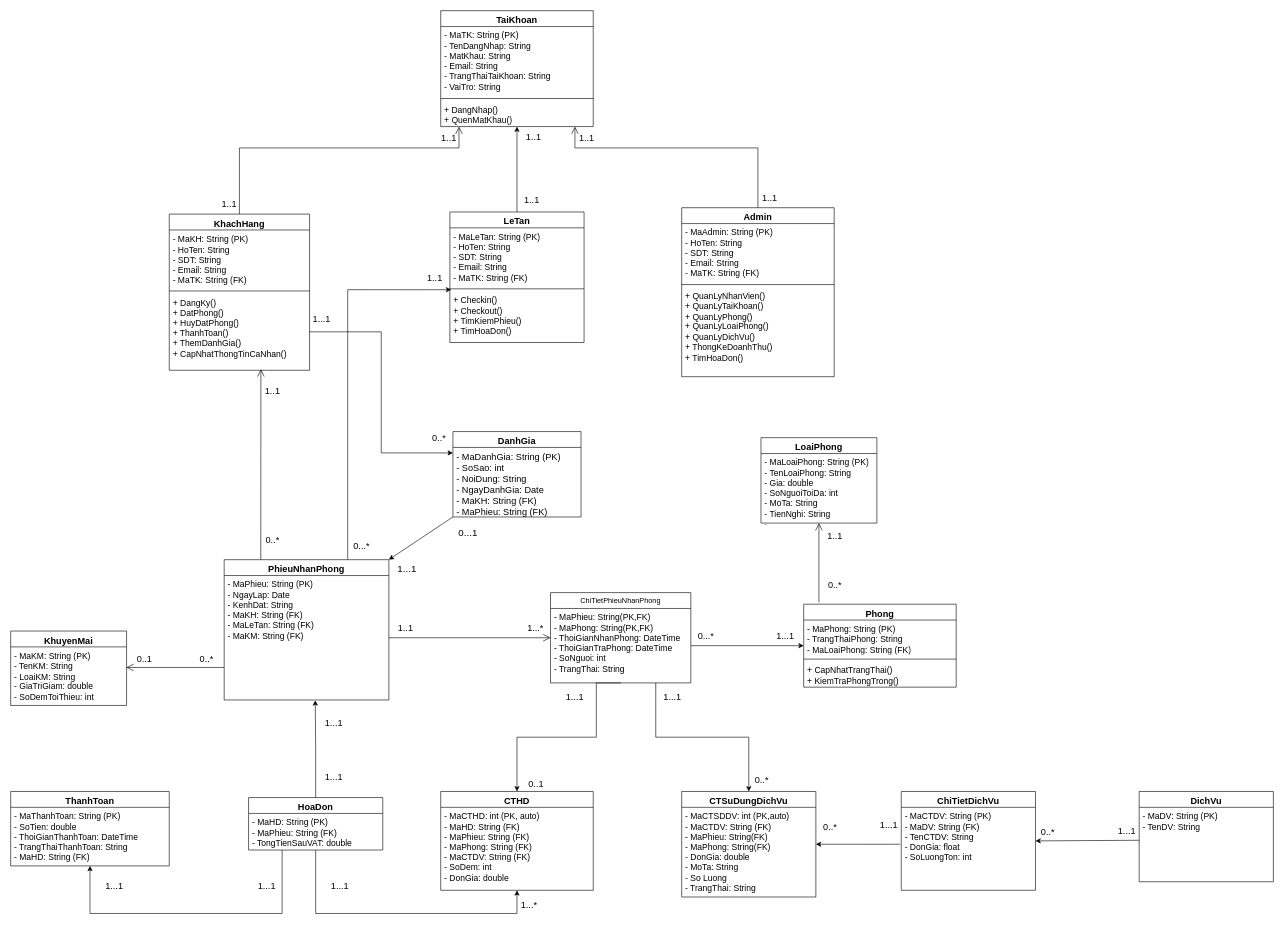
Earlier version of the draw.io diagram Sơ đồ/Sơ đồ lớp.drawio (dangluongtheanh-max/Hotel-Web). Source tidied: cells renumbered, new cells numbered last; positions are measured from the earlier drawing's top-left corner, leaving out a move shared by most shapes. Both pictures are drawn from the tidied source at 61%, with x=0, y=0 at pixel (10, 10).
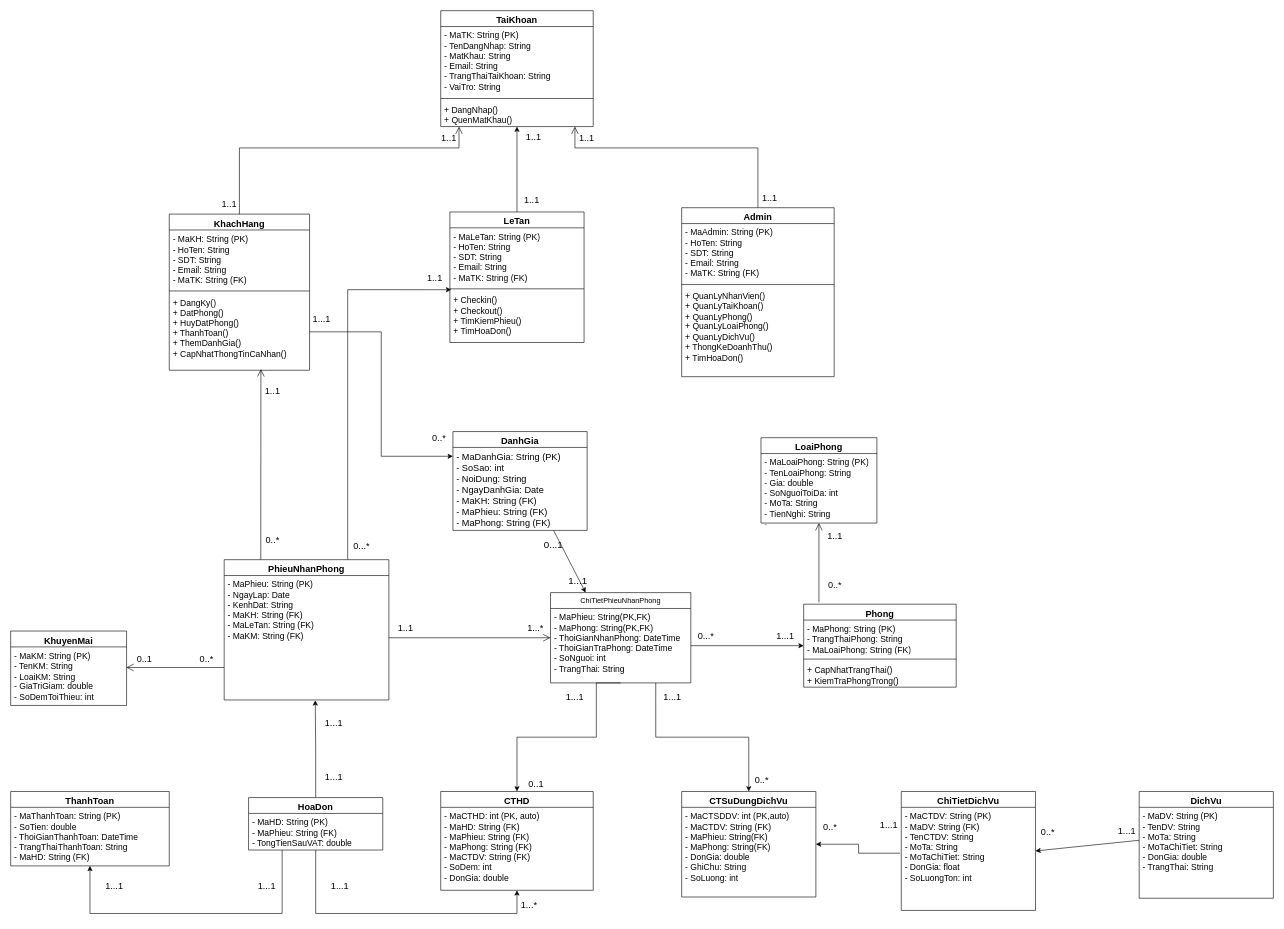
The same diagram, later.

The change refers to these unchanged cells:
```xml
<mxCell id="29" value="PhieuNhanPhong" style="swimlane;fontStyle=1;fontSize=15;align=center;verticalAlign=top;horizontal=1;startSize=26;whiteSpace=wrap;html=1;" parent="1" vertex="1">
  <mxGeometry x="350" y="900" width="270" height="230" as="geometry" />
</mxCell>
<mxCell id="81" value="ChiTietPhieuNhanPhong" style="swimlane;fontStyle=0;horizontal=1;startSize=26;fillColor=none;whiteSpace=wrap;html=1;" parent="1" vertex="1">
  <mxGeometry x="885" y="954" width="230" height="148" as="geometry" />
</mxCell>
<mxCell id="86" value="CTSuDungDichVu" style="swimlane;fontStyle=1;fontSize=15;align=center;verticalAlign=top;horizontal=1;startSize=26;whiteSpace=wrap;html=1;" parent="1" vertex="1">
  <mxGeometry x="1100" y="1280" width="220" height="173" as="geometry" />
</mxCell>
```

The edit, as a diff of the source:
```diff
@@
     <mxCell id="27" value="DanhGia" style="swimlane;fontStyle=1;fontSize=15;align=center;verticalAlign=top;horizontal=1;startSize=26;whiteSpace=wrap;html=1;" parent="1" vertex="1">
-      <mxGeometry x="725" y="690" width="210" height="140" as="geometry" />
+      <mxGeometry x="725" y="690" width="220" height="162" as="geometry" />
     </mxCell>
-    <mxCell id="28" value="&lt;font style=&quot;font-size: 15px;&quot;&gt;- MaDanhGia: String (PK)&lt;br&gt;- SoSao: int&lt;br&gt;- NoiDung: String&lt;br&gt;- NgayDanhGia: Date&lt;br&gt;- MaKH: String (FK)&lt;br&gt;- MaPhieu: String (FK)&lt;/font&gt;" style="text;strokeColor=none;fillColor=none;align=left;verticalAlign=top;spacingLeft=4;spacingRight=4;overflow=hidden;whiteSpace=wrap;html=1;fontSize=14;" parent="27" vertex="1">
-      <mxGeometry y="26" width="210" height="114" as="geometry" />
+    <mxCell id="28" value="&lt;font style=&quot;font-size: 15px;&quot;&gt;- MaDanhGia: String (PK)&lt;br&gt;- SoSao: int&lt;br&gt;- NoiDung: String&lt;br&gt;- NgayDanhGia: Date&lt;br&gt;- MaKH: String (FK)&lt;br&gt;- MaPhieu: String (FK)&lt;br&gt;- MaPhong: String (FK)&lt;/font&gt;" style="text;strokeColor=none;fillColor=none;align=left;verticalAlign=top;spacingLeft=4;spacingRight=4;overflow=hidden;whiteSpace=wrap;html=1;fontSize=14;" parent="27" vertex="1">
+      <mxGeometry y="26" width="220" height="136" as="geometry" />
     </mxCell>
@@
-    <mxCell id="66" style="endArrow=classic;html=1;rounded=0;exitX=0;exitY=1;exitDx=0;exitDy=0;entryX=1;entryY=0;entryDx=0;entryDy=0;" parent="1" edge="1" source="27" target="29">
+    <mxCell id="66" style="endArrow=classic;html=1;rounded=0;exitX=0.75;exitY=1;exitDx=0;exitDy=0;entryX=0.25;entryY=0;entryDx=0;entryDy=0;" parent="1" edge="1" source="27" target="81">
       <mxGeometry relative="1" as="geometry" />
     </mxCell>
     <mxCell id="67" value="&lt;font style=&quot;font-size: 16px;&quot;&gt;1...1&lt;/font&gt;" style="text;html=1;whiteSpace=wrap;strokeColor=none;fillColor=none;align=center;verticalAlign=middle;rounded=0;fontSize=15;" parent="1" vertex="1">
-      <mxGeometry x="620" y="900" width="60" height="30" as="geometry" />
+      <mxGeometry x="900" y="920" width="60" height="30" as="geometry" />
     </mxCell>
     <mxCell id="68" value="&lt;span style=&quot;font-size: 16px;&quot;&gt;0...1&lt;/span&gt;" style="text;html=1;whiteSpace=wrap;strokeColor=none;fillColor=none;align=center;verticalAlign=middle;rounded=0;fontSize=15;" parent="1" vertex="1">
-      <mxGeometry x="720" y="840" width="60" height="30" as="geometry" />
+      <mxGeometry x="860" y="860" width="60" height="30" as="geometry" />
     </mxCell>
     <mxCell id="69" value="DichVu" style="swimlane;fontStyle=1;fontSize=15;align=center;verticalAlign=top;horizontal=1;startSize=26;whiteSpace=wrap;html=1;" parent="1" vertex="1">
-      <mxGeometry x="1850" y="1280" width="220" height="148" as="geometry" />
+      <mxGeometry x="1850" y="1280" width="220" height="175" as="geometry" />
     </mxCell>
-    <mxCell id="70" value="- MaDV: String (PK)&lt;br&gt;- TenDV: String&lt;div&gt;&lt;br&gt;&lt;div&gt;&lt;br&gt;&lt;/div&gt;&lt;/div&gt;" style="text;strokeColor=none;fillColor=none;align=left;verticalAlign=top;spacingLeft=4;spacingRight=4;overflow=hidden;whiteSpace=wrap;html=1;fontSize=14;" parent="69" vertex="1">
-      <mxGeometry y="26" width="220" height="122" as="geometry" />
+    <mxCell id="70" value="- MaDV: String (PK)&lt;br&gt;- TenDV: String&lt;div&gt;- MoTa: String&lt;/div&gt;&lt;div&gt;- MoTaChiTiet: String&lt;/div&gt;&lt;div&gt;- DonGia: double&lt;/div&gt;&lt;div&gt;- TrangThai: String&lt;/div&gt;" style="text;strokeColor=none;fillColor=none;align=left;verticalAlign=top;spacingLeft=4;spacingRight=4;overflow=hidden;whiteSpace=wrap;html=1;fontSize=14;" parent="69" vertex="1">
+      <mxGeometry y="26" width="220" height="149" as="geometry" />
     </mxCell>
@@
-    <mxCell id="87" value="&lt;div&gt;- MaCTSDDV: int (PK,auto)&lt;/div&gt;- MaCTDV: String (FK)&lt;div&gt;- MaPhieu: String(FK)&lt;div style=&quot;font-size: 12px;&quot;&gt;&lt;font style=&quot;font-size: 14px;&quot;&gt;- MaPhong: String(FK)&lt;/font&gt;&lt;/div&gt;&lt;div&gt;- DonGia: double&lt;br&gt;- MoTa: String&lt;/div&gt;&lt;div&gt;- So Luong&lt;br&gt;- TrangThai: String&lt;/div&gt;&lt;/div&gt;" style="text;strokeColor=none;fillColor=none;align=left;verticalAlign=top;spacingLeft=4;spacingRight=4;overflow=hidden;whiteSpace=wrap;html=1;fontSize=14;" parent="86" vertex="1">
+    <mxCell id="87" value="&lt;div&gt;- MaCTSDDV: int (PK,auto)&lt;/div&gt;- MaCTDV: String (FK)&lt;div&gt;- MaPhieu: String(FK)&lt;div style=&quot;font-size: 12px;&quot;&gt;&lt;font style=&quot;font-size: 14px;&quot;&gt;- MaPhong: String(FK)&lt;/font&gt;&lt;/div&gt;&lt;div&gt;- DonGia: double&lt;br&gt;- GhiChu: String&lt;/div&gt;&lt;div&gt;- SoLuong: int&lt;/div&gt;&lt;/div&gt;" style="text;strokeColor=none;fillColor=none;align=left;verticalAlign=top;spacingLeft=4;spacingRight=4;overflow=hidden;whiteSpace=wrap;html=1;fontSize=14;" parent="86" vertex="1">
       <mxGeometry y="26" width="220" height="147" as="geometry" />
     </mxCell>
@@
     <mxCell id="94" value="ChiTietDichVu" style="swimlane;fontStyle=1;fontSize=15;align=center;verticalAlign=top;horizontal=1;startSize=26;whiteSpace=wrap;html=1;" parent="1" vertex="1">
-      <mxGeometry x="1460" y="1280" width="220" height="162" as="geometry" />
+      <mxGeometry x="1460" y="1280" width="220" height="195" as="geometry" />
     </mxCell>
-    <mxCell id="95" value="- MaCTDV: String (PK)&lt;div&gt;- MaDV: String (FK)&lt;/div&gt;&lt;div&gt;- TenCTDV: String&lt;/div&gt;&lt;div&gt;- DonGia: float&lt;/div&gt;&lt;div&gt;- SoLuongTon: int&lt;/div&gt;&lt;div&gt;&lt;br&gt;&lt;/div&gt;" style="text;strokeColor=none;fillColor=none;align=left;verticalAlign=top;spacingLeft=4;spacingRight=4;overflow=hidden;points=[[0,0.5],[1,0.5]];portConstraint=eastwest;whiteSpace=wrap;html=1;fontSize=14;" parent="94" vertex="1">
-      <mxGeometry y="26" width="220" height="136" as="geometry" />
+    <mxCell id="95" value="- MaCTDV: String (PK)&lt;div&gt;- MaDV: String (FK)&lt;/div&gt;&lt;div&gt;- TenCTDV: String&lt;/div&gt;&lt;div&gt;- MoTa: String&lt;/div&gt;&lt;div&gt;- MoTaChiTiet: String&lt;/div&gt;&lt;div&gt;- DonGia: float&lt;/div&gt;&lt;div&gt;- SoLuongTon: int&lt;/div&gt;" style="text;strokeColor=none;fillColor=none;align=left;verticalAlign=top;spacingLeft=4;spacingRight=4;overflow=hidden;points=[[0,0.5],[1,0.5]];portConstraint=eastwest;whiteSpace=wrap;html=1;fontSize=14;" parent="94" vertex="1">
+      <mxGeometry y="26" width="220" height="169" as="geometry" />
     </mxCell>
```
